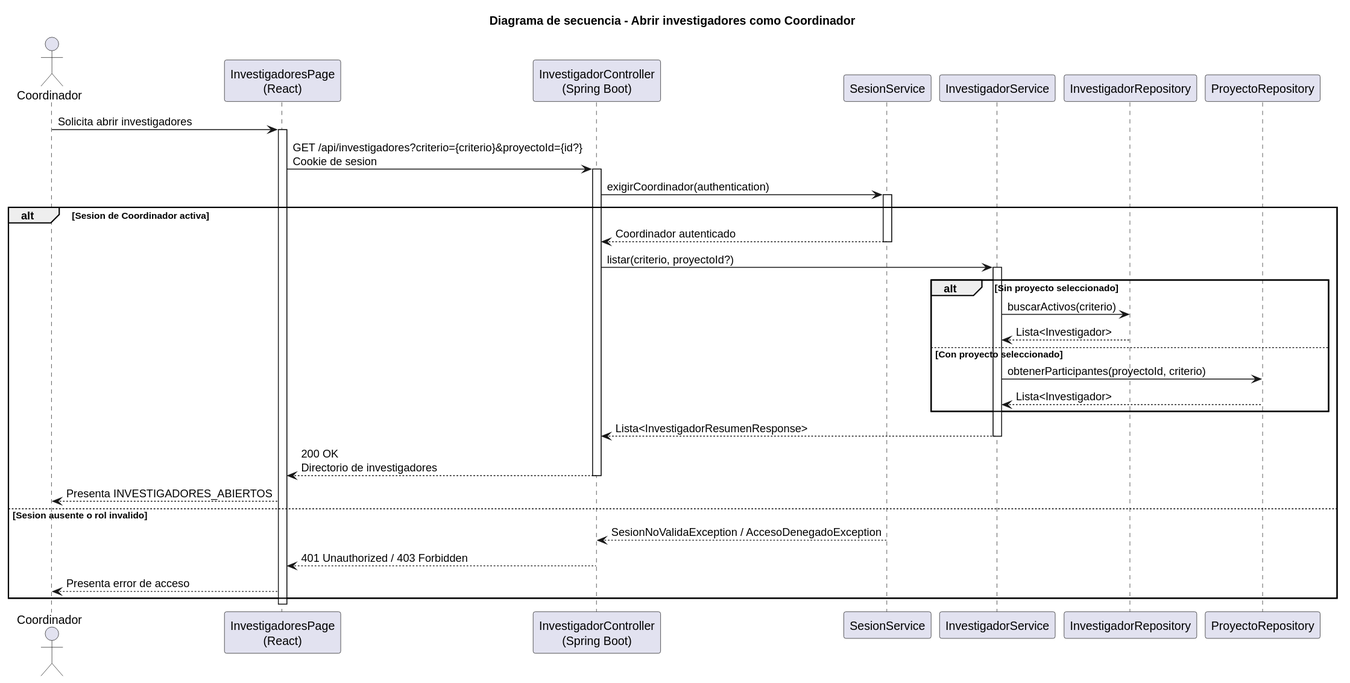
Earlier version of the PlantUML export images/RUP/02-diseño/casos-uso/coordinador/abrirInvestigadores/secuencia.svg (beatriizorozco/25-26-idsw2-sdVC). Source of this version:
```plantuml
@startuml
title Diagrama de secuencia - Abrir investigadores como Coordinador

actor Coordinador
participant "InvestigadoresPage\n(React)" as Frontend
participant "InvestigadorController\n(Spring Boot)" as Api
participant "SesionService" as Sesion
participant "InvestigadorService" as Service
participant "InvestigadorRepository" as InvestigadorRepo
participant "ProyectoRepository" as ProyectoRepo

Coordinador -> Frontend: Solicita abrir investigadores
activate Frontend
Frontend -> Api: GET /api/investigadores?criterio={criterio}&proyectoId={id?}\nCookie de sesion
activate Api
Api -> Sesion: exigirCoordinador(authentication)
activate Sesion
alt Sesion de Coordinador activa
    Sesion --> Api: Coordinador autenticado
    deactivate Sesion
    Api -> Service: listar(criterio, proyectoId?)
    activate Service
    alt Sin proyecto seleccionado
        Service -> InvestigadorRepo: buscarActivos(criterio)
        InvestigadorRepo --> Service: Lista<Investigador>
    else Con proyecto seleccionado
        Service -> ProyectoRepo: obtenerParticipantes(proyectoId, criterio)
        ProyectoRepo --> Service: Lista<Investigador>
    end
    Service --> Api: Lista<InvestigadorResumenResponse>
    deactivate Service
    Api --> Frontend: 200 OK\nDirectorio de investigadores
    deactivate Api
    Frontend --> Coordinador: Presenta INVESTIGADORES_ABIERTOS
else Sesion ausente o rol invalido
    Sesion --> Api: SesionNoValidaException / AccesoDenegadoException
    deactivate Sesion
    Api --> Frontend: 401 Unauthorized / 403 Forbidden
    deactivate Api
    Frontend --> Coordinador: Presenta error de acceso
end
deactivate Frontend
@enduml
```
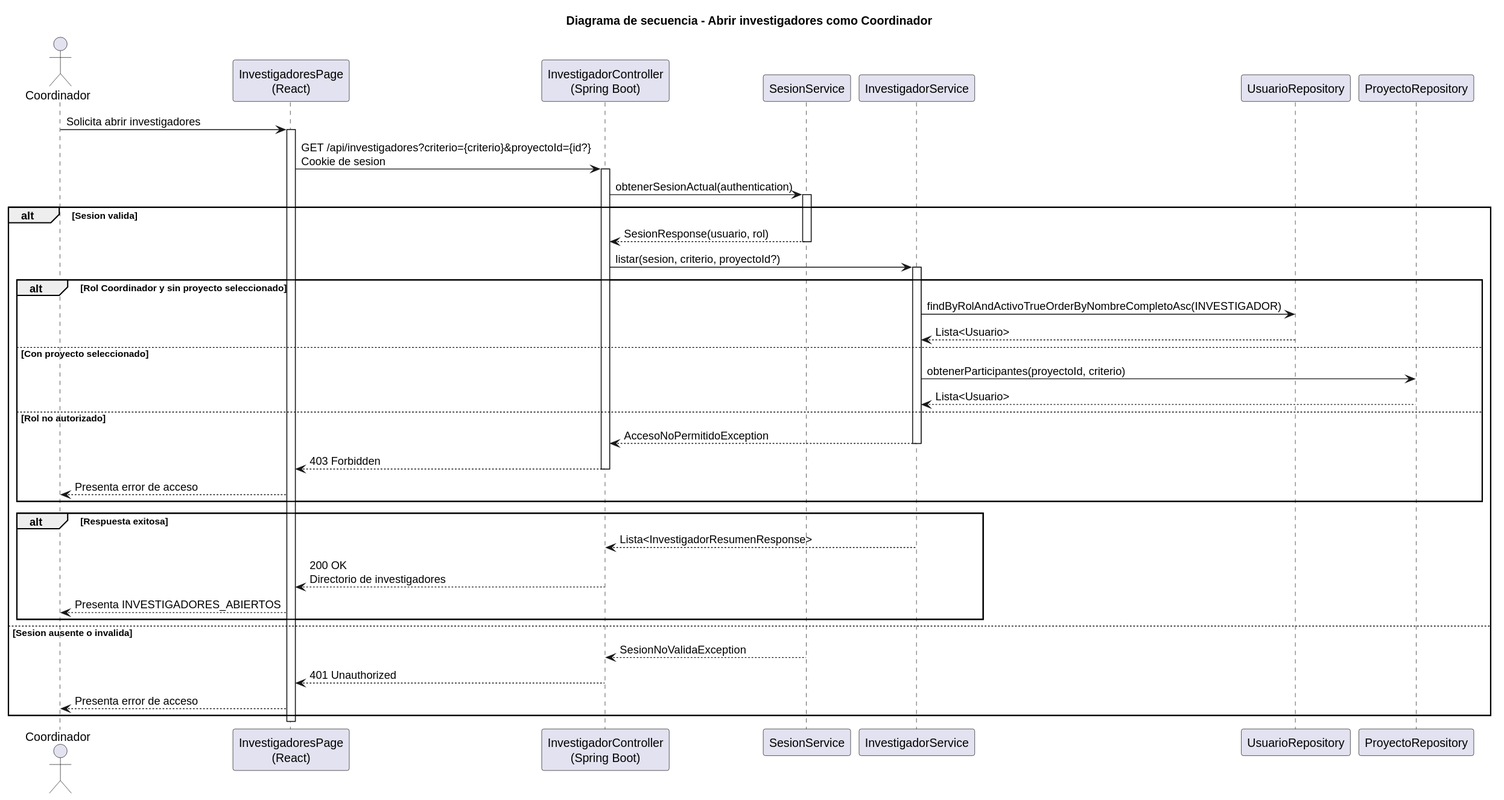
Later version of the same file.

The edit, as a diff of the source:
```diff
@@ -6,36 +6,44 @@
 participant "InvestigadorController\n(Spring Boot)" as Api
 participant "SesionService" as Sesion
 participant "InvestigadorService" as Service
-participant "InvestigadorRepository" as InvestigadorRepo
+participant "UsuarioRepository" as UsuarioRepo
 participant "ProyectoRepository" as ProyectoRepo
 
 Coordinador -> Frontend: Solicita abrir investigadores
 activate Frontend
 Frontend -> Api: GET /api/investigadores?criterio={criterio}&proyectoId={id?}\nCookie de sesion
 activate Api
-Api -> Sesion: exigirCoordinador(authentication)
+Api -> Sesion: obtenerSesionActual(authentication)
 activate Sesion
-alt Sesion de Coordinador activa
-    Sesion --> Api: Coordinador autenticado
+alt Sesion valida
+    Sesion --> Api: SesionResponse(usuario, rol)
     deactivate Sesion
-    Api -> Service: listar(criterio, proyectoId?)
+    Api -> Service: listar(sesion, criterio, proyectoId?)
     activate Service
-    alt Sin proyecto seleccionado
-        Service -> InvestigadorRepo: buscarActivos(criterio)
-        InvestigadorRepo --> Service: Lista<Investigador>
+    alt Rol Coordinador y sin proyecto seleccionado
+        Service -> UsuarioRepo: findByRolAndActivoTrueOrderByNombreCompletoAsc(INVESTIGADOR)
+        UsuarioRepo --> Service: Lista<Usuario>
     else Con proyecto seleccionado
         Service -> ProyectoRepo: obtenerParticipantes(proyectoId, criterio)
-        ProyectoRepo --> Service: Lista<Investigador>
+        ProyectoRepo --> Service: Lista<Usuario>
+    else Rol no autorizado
+        Service --> Api: AccesoNoPermitidoException
+        deactivate Service
+        Api --> Frontend: 403 Forbidden
+        deactivate Api
+        Frontend --> Coordinador: Presenta error de acceso
     end
-    Service --> Api: Lista<InvestigadorResumenResponse>
-    deactivate Service
-    Api --> Frontend: 200 OK\nDirectorio de investigadores
-    deactivate Api
-    Frontend --> Coordinador: Presenta INVESTIGADORES_ABIERTOS
-else Sesion ausente o rol invalido
-    Sesion --> Api: SesionNoValidaException / AccesoDenegadoException
+    alt Respuesta exitosa
+        Service --> Api: Lista<InvestigadorResumenResponse>
+        deactivate Service
+        Api --> Frontend: 200 OK\nDirectorio de investigadores
+        deactivate Api
+        Frontend --> Coordinador: Presenta INVESTIGADORES_ABIERTOS
+    end
+else Sesion ausente o invalida
+    Sesion --> Api: SesionNoValidaException
     deactivate Sesion
-    Api --> Frontend: 401 Unauthorized / 403 Forbidden
+    Api --> Frontend: 401 Unauthorized
     deactivate Api
     Frontend --> Coordinador: Presenta error de acceso
 end
```
